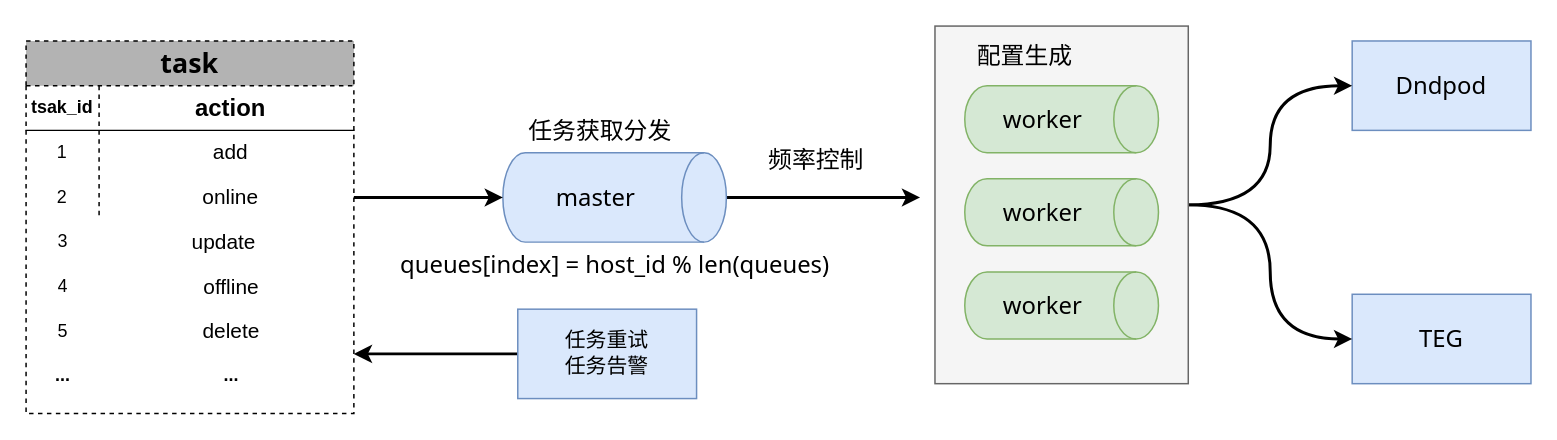
Earlier version of the draw.io diagram page "第 6 页" (6 of 13) of tcb.drawio (wwCrazy/resume). Source tidied: cells renumbered, new cells numbered last; positions are measured from the earlier drawing's top-left corner, leaving out a move shared by most shapes. Both pictures are drawn from the tidied source at 149%, with x=0, y=0 at pixel (25, 25).
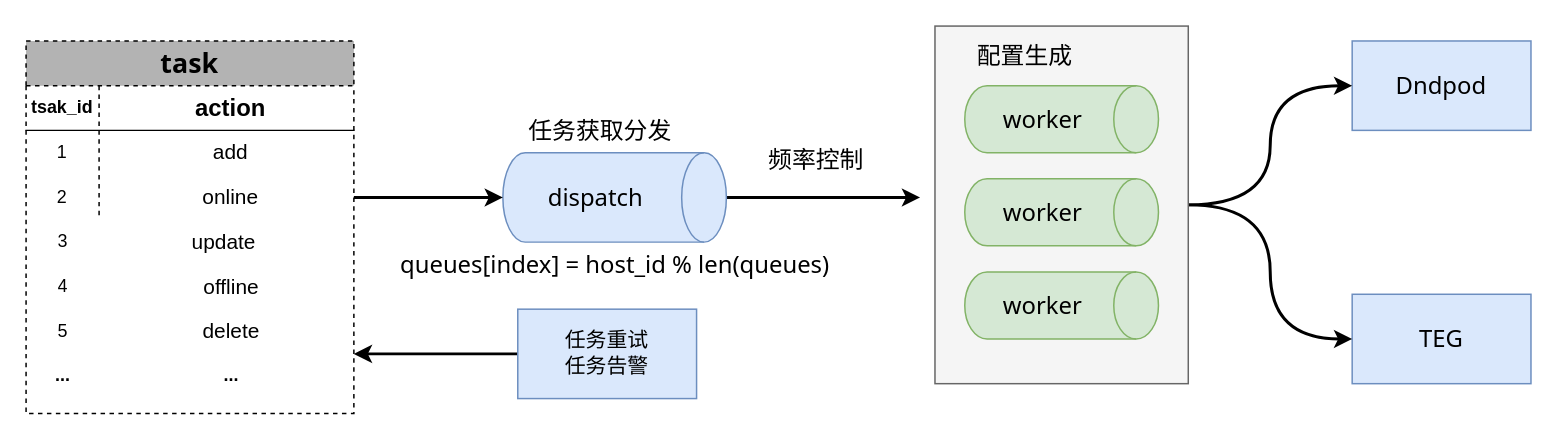
The same diagram, later.

What changed in the source:
```diff
@@
-    <mxCell id="21" value="master" style="shape=cylinder3;whiteSpace=wrap;html=1;boundedLbl=1;backgroundOutline=1;size=15;strokeWidth=1;fillColor=#dae8fc;fontFamily=Tahoma;fontSize=16;align=center;direction=south;strokeColor=#6c8ebf;" parent="1" vertex="1">
+    <mxCell id="21" value="dispatch" style="shape=cylinder3;whiteSpace=wrap;html=1;boundedLbl=1;backgroundOutline=1;size=15;strokeWidth=1;fillColor=#dae8fc;fontFamily=Tahoma;fontSize=16;align=center;direction=south;strokeColor=#6c8ebf;" parent="1" vertex="1">
       <mxGeometry x="320" y="85" width="150" height="60" as="geometry" />
     </mxCell>
```
